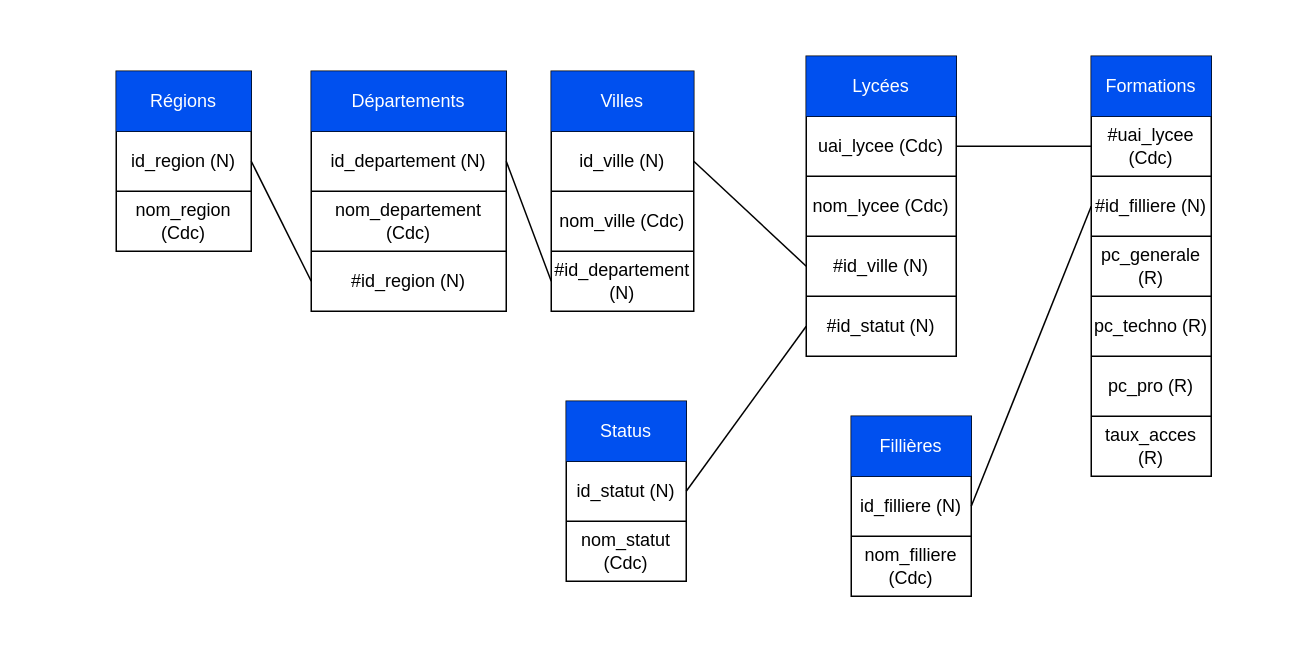
This is base.drawio from elouan660/prepa-CLI, a draw.io file, before an edit. Source tidied: cells renumbered, new cells numbered last; positions are measured from the earlier drawing's top-left corner, leaving out a move shared by most shapes. Both pictures are drawn from the tidied source at 150%, with x=0, y=0 at pixel (116, 56).
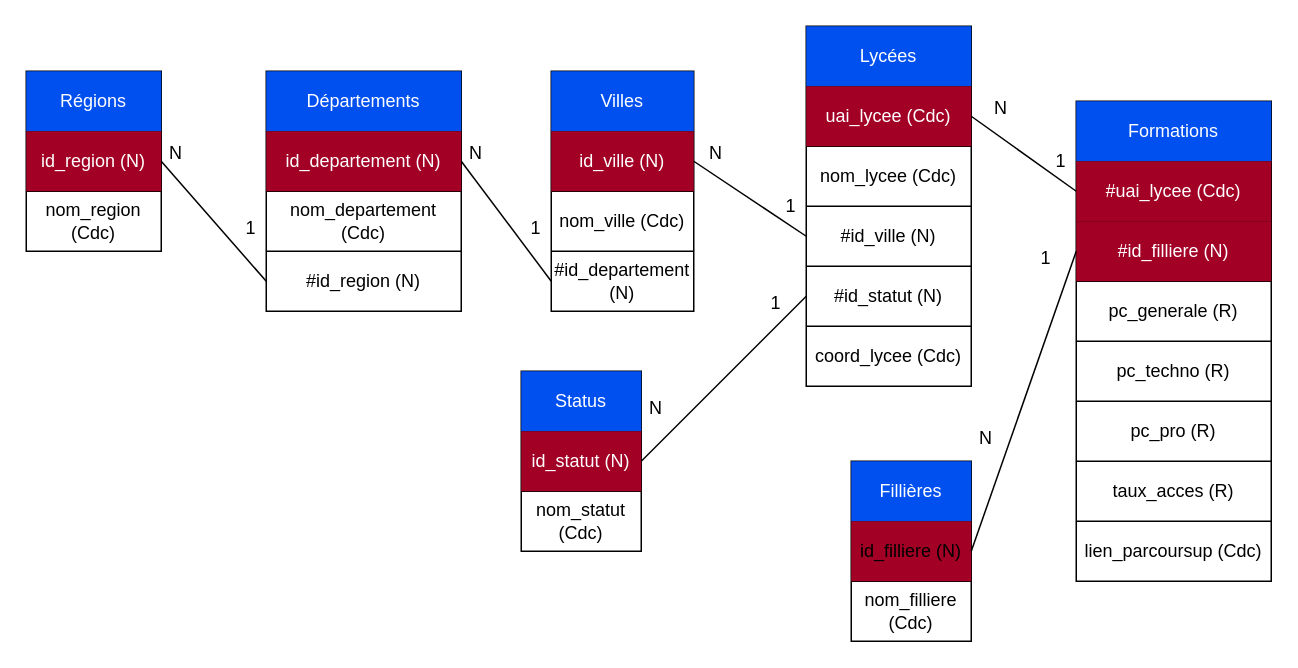
After the change.

The change refers to these unchanged cells:
```xml
<mxCell id="5" style="shape=tableRow;horizontal=0;startSize=0;swimlaneHead=0;swimlaneBody=0;top=0;left=0;bottom=0;right=0;fillColor=none;points=[[0,0.5],[1,0.5]];portConstraint=eastwest;" parent="2" vertex="1">
  <mxGeometry y="40" width="90" height="40" as="geometry" />
</mxCell>
<mxCell id="12" style="shape=tableRow;horizontal=0;startSize=0;swimlaneHead=0;swimlaneBody=0;top=0;left=0;bottom=0;right=0;fillColor=none;points=[[0,0.5],[1,0.5]];portConstraint=eastwest;" parent="9" vertex="1">
  <mxGeometry y="40" width="130" height="40" as="geometry" />
</mxCell>
<mxCell id="21" style="shape=tableRow;horizontal=0;startSize=0;swimlaneHead=0;swimlaneBody=0;top=0;left=0;bottom=0;right=0;fillColor=none;points=[[0,0.5],[1,0.5]];portConstraint=eastwest;" parent="18" vertex="1">
  <mxGeometry y="40" width="95" height="40" as="geometry" />
</mxCell>
<mxCell id="63" style="shape=tableRow;horizontal=0;startSize=0;swimlaneHead=0;swimlaneBody=0;top=0;left=0;bottom=0;right=0;fillColor=none;points=[[0,0.5],[1,0.5]];portConstraint=eastwest;" parent="60" vertex="1">
  <mxGeometry y="40" width="80" height="40" as="geometry" />
</mxCell>
```

Diff of the diagram source:
```diff
@@
     <mxCell id="2" style="shape=table;startSize=0;childLayout=tableLayout;" parent="1" vertex="1">
-      <mxGeometry y="10" width="90" height="120" as="geometry" />
+      <mxGeometry x="-60" y="10" width="90" height="120" as="geometry" />
     </mxCell>
@@
-    <mxCell id="6" value="id_region (N)" style="shape=partialRectangle;html=1;whiteSpace=wrap;overflow=hidden;fillColor=none;top=0;left=0;bottom=0;right=0;" parent="5" vertex="1">
+    <mxCell id="6" value="id_region (N)" style="shape=partialRectangle;html=1;whiteSpace=wrap;overflow=hidden;fillColor=#a20025;top=0;left=0;bottom=0;right=0;fontColor=#ffffff;strokeColor=#6F0000;" parent="5" vertex="1">
       <mxGeometry width="90" height="40" as="geometry" />
     </mxCell>
@@
     <mxCell id="9" style="shape=table;startSize=0;childLayout=tableLayout;" parent="1" vertex="1">
-      <mxGeometry x="130" y="10" width="130" height="160" as="geometry" />
+      <mxGeometry x="100" y="10" width="130" height="160" as="geometry" />
     </mxCell>
@@
-    <mxCell id="13" value="id_departement (N)" style="shape=partialRectangle;html=1;whiteSpace=wrap;overflow=hidden;fillColor=none;top=0;left=0;bottom=0;right=0;" parent="12" vertex="1">
+    <mxCell id="13" value="id_departement (N)" style="shape=partialRectangle;html=1;whiteSpace=wrap;overflow=hidden;fillColor=#a20025;top=0;left=0;bottom=0;right=0;fontColor=#ffffff;strokeColor=#6F0000;" parent="12" vertex="1">
       <mxGeometry width="130" height="40" as="geometry" />
     </mxCell>
@@
-    <mxCell id="22" value="id_ville (N)" style="shape=partialRectangle;html=1;whiteSpace=wrap;overflow=hidden;fillColor=none;top=0;left=0;bottom=0;right=0;" parent="21" vertex="1">
+    <mxCell id="22" value="id_ville (N)" style="shape=partialRectangle;html=1;whiteSpace=wrap;overflow=hidden;fillColor=#a20025;top=0;left=0;bottom=0;right=0;fontColor=#ffffff;strokeColor=#6F0000;" parent="21" vertex="1">
       <mxGeometry width="95" height="40" as="geometry" />
     </mxCell>
@@
     <mxCell id="27" style="shape=table;startSize=0;childLayout=tableLayout;" parent="1" vertex="1">
-      <mxGeometry x="460" width="100" height="200" as="geometry" />
+      <mxGeometry x="460" y="-20" width="110" height="240" as="geometry" />
     </mxCell>
     <mxCell id="28" style="shape=tableRow;horizontal=0;startSize=0;swimlaneHead=0;swimlaneBody=0;top=0;left=0;bottom=0;right=0;fillColor=none;" parent="27" vertex="1">
-      <mxGeometry width="100" height="40" as="geometry" />
+      <mxGeometry width="110" height="40" as="geometry" />
     </mxCell>
     <mxCell id="29" value="Lycées" style="shape=partialRectangle;html=1;whiteSpace=wrap;overflow=hidden;fillColor=#0050ef;top=0;left=0;bottom=0;right=0;fontColor=#ffffff;strokeColor=#001DBC;" parent="28" vertex="1">
-      <mxGeometry width="100" height="40" as="geometry" />
+      <mxGeometry width="110" height="40" as="geometry" />
     </mxCell>
     <mxCell id="30" style="shape=tableRow;horizontal=0;startSize=0;swimlaneHead=0;swimlaneBody=0;top=0;left=0;bottom=0;right=0;fillColor=none;points=[[0,0.5],[1,0.5]];portConstraint=eastwest;" parent="27" vertex="1">
-      <mxGeometry y="40" width="100" height="40" as="geometry" />
+      <mxGeometry y="40" width="110" height="40" as="geometry" />
     </mxCell>
-    <mxCell id="31" value="uai_lycee (Cdc)" style="shape=partialRectangle;html=1;whiteSpace=wrap;overflow=hidden;fillColor=none;top=0;left=0;bottom=0;right=0;" parent="30" vertex="1">
-      <mxGeometry width="100" height="40" as="geometry" />
+    <mxCell id="31" value="uai_lycee (Cdc)" style="shape=partialRectangle;html=1;whiteSpace=wrap;overflow=hidden;fillColor=#a20025;top=0;left=0;bottom=0;right=0;fontColor=#ffffff;strokeColor=#6F0000;" parent="30" vertex="1">
+      <mxGeometry width="110" height="40" as="geometry" />
     </mxCell>
     <mxCell id="32" style="shape=tableRow;horizontal=0;startSize=0;swimlaneHead=0;swimlaneBody=0;top=0;left=0;bottom=0;right=0;fillColor=none;" parent="27" vertex="1">
-      <mxGeometry y="80" width="100" height="40" as="geometry" />
+      <mxGeometry y="80" width="110" height="40" as="geometry" />
     </mxCell>
     <mxCell id="33" value="nom_lycee (Cdc)" style="shape=partialRectangle;html=1;whiteSpace=wrap;overflow=hidden;fillColor=none;top=0;left=0;bottom=0;right=0;" parent="32" vertex="1">
-      <mxGeometry width="100" height="40" as="geometry" />
+      <mxGeometry width="110" height="40" as="geometry" />
     </mxCell>
     <mxCell id="34" style="shape=tableRow;horizontal=0;startSize=0;swimlaneHead=0;swimlaneBody=0;top=0;left=0;bottom=0;right=0;fillColor=none;points=[[0,0.5],[1,0.5]];portConstraint=eastwest;" parent="27" vertex="1">
-      <mxGeometry y="120" width="100" height="40" as="geometry" />
+      <mxGeometry y="120" width="110" height="40" as="geometry" />
     </mxCell>
     <mxCell id="35" value="#id_ville (N)" style="shape=partialRectangle;html=1;whiteSpace=wrap;overflow=hidden;fillColor=none;top=0;left=0;bottom=0;right=0;" parent="34" vertex="1">
-      <mxGeometry width="100" height="40" as="geometry" />
+      <mxGeometry width="110" height="40" as="geometry" />
     </mxCell>
     <mxCell id="36" style="shape=tableRow;horizontal=0;startSize=0;swimlaneHead=0;swimlaneBody=0;top=0;left=0;bottom=0;right=0;fillColor=none;points=[[0,0.5],[1,0.5]];portConstraint=eastwest;" parent="27" vertex="1">
-      <mxGeometry y="160" width="100" height="40" as="geometry" />
+      <mxGeometry y="160" width="110" height="40" as="geometry" />
     </mxCell>
     <mxCell id="37" value="#id_statut (N)" style="shape=partialRectangle;html=1;whiteSpace=wrap;overflow=hidden;fillColor=none;top=0;left=0;bottom=0;right=0;" parent="36" vertex="1">
-      <mxGeometry width="100" height="40" as="geometry" />
+      <mxGeometry width="110" height="40" as="geometry" />
     </mxCell>
+    <mxCell id="73" style="shape=tableRow;horizontal=0;startSize=0;swimlaneHead=0;swimlaneBody=0;top=0;left=0;bottom=0;right=0;fillColor=none;" parent="27" vertex="1">
+      <mxGeometry y="200" width="110" height="40" as="geometry" />
+    </mxCell>
+    <mxCell id="74" value="coord_lycee (Cdc)" style="shape=partialRectangle;html=1;whiteSpace=wrap;overflow=hidden;fillColor=none;top=0;left=0;bottom=0;right=0;" parent="73" vertex="1">
+      <mxGeometry width="110" height="40" as="geometry" />
+    </mxCell>
     <mxCell id="38" style="shape=table;startSize=0;childLayout=tableLayout;" parent="1" vertex="1">
-      <mxGeometry x="650" width="80" height="280" as="geometry" />
+      <mxGeometry x="640" y="30" width="130" height="320" as="geometry" />
     </mxCell>
     <mxCell id="39" style="shape=tableRow;horizontal=0;startSize=0;swimlaneHead=0;swimlaneBody=0;top=0;left=0;bottom=0;right=0;fillColor=none;" parent="38" vertex="1">
-      <mxGeometry width="80" height="40" as="geometry" />
+      <mxGeometry width="130" height="40" as="geometry" />
     </mxCell>
     <mxCell id="40" value="Formations" style="shape=partialRectangle;html=1;whiteSpace=wrap;overflow=hidden;fillColor=#0050ef;top=0;left=0;bottom=0;right=0;fontColor=#ffffff;strokeColor=#001DBC;" parent="39" vertex="1">
-      <mxGeometry width="80" height="40" as="geometry" />
+      <mxGeometry width="130" height="40" as="geometry" />
     </mxCell>
     <mxCell id="41" style="shape=tableRow;horizontal=0;startSize=0;swimlaneHead=0;swimlaneBody=0;top=0;left=0;bottom=0;right=0;fillColor=none;points=[[0,0.5],[1,0.5]];portConstraint=eastwest;" parent="38" vertex="1">
-      <mxGeometry y="40" width="80" height="40" as="geometry" />
+      <mxGeometry y="40" width="130" height="40" as="geometry" />
     </mxCell>
-    <mxCell id="42" value="#uai_lycee (Cdc)" style="shape=partialRectangle;html=1;whiteSpace=wrap;overflow=hidden;fillColor=none;top=0;left=0;bottom=0;right=0;" parent="41" vertex="1">
-      <mxGeometry width="80" height="40" as="geometry" />
+    <mxCell id="42" value="#uai_lycee (Cdc)" style="shape=partialRectangle;html=1;whiteSpace=wrap;overflow=hidden;fillColor=#a20025;top=0;left=0;bottom=0;right=0;fontColor=#ffffff;strokeColor=#6F0000;" parent="41" vertex="1">
+      <mxGeometry width="130" height="40" as="geometry" />
     </mxCell>
     <mxCell id="43" style="shape=tableRow;horizontal=0;startSize=0;swimlaneHead=0;swimlaneBody=0;top=0;left=0;bottom=0;right=0;fillColor=none;points=[[0,0.5],[1,0.5]];portConstraint=eastwest;" parent="38" vertex="1">
-      <mxGeometry y="80" width="80" height="40" as="geometry" />
+      <mxGeometry y="80" width="130" height="40" as="geometry" />
     </mxCell>
-    <mxCell id="44" value="#id_filliere (N)" style="shape=partialRectangle;html=1;whiteSpace=wrap;overflow=hidden;fillColor=none;top=0;left=0;bottom=0;right=0;" parent="43" vertex="1">
-      <mxGeometry width="80" height="40" as="geometry" />
+    <mxCell id="44" value="#id_filliere (N)" style="shape=partialRectangle;html=1;whiteSpace=wrap;overflow=hidden;fillColor=#a20025;top=0;left=0;bottom=0;right=0;fontColor=#ffffff;strokeColor=#6F0000;" parent="43" vertex="1">
+      <mxGeometry width="130" height="40" as="geometry" />
     </mxCell>
     <mxCell id="45" style="shape=tableRow;horizontal=0;startSize=0;swimlaneHead=0;swimlaneBody=0;top=0;left=0;bottom=0;right=0;fillColor=none;" parent="38" vertex="1">
-      <mxGeometry y="120" width="80" height="40" as="geometry" />
+      <mxGeometry y="120" width="130" height="40" as="geometry" />
     </mxCell>
     <mxCell id="46" value="pc_generale (R)" style="shape=partialRectangle;html=1;whiteSpace=wrap;overflow=hidden;fillColor=none;top=0;left=0;bottom=0;right=0;" parent="45" vertex="1">
-      <mxGeometry width="80" height="40" as="geometry" />
+      <mxGeometry width="130" height="40" as="geometry" />
     </mxCell>
     <mxCell id="47" style="shape=tableRow;horizontal=0;startSize=0;swimlaneHead=0;swimlaneBody=0;top=0;left=0;bottom=0;right=0;fillColor=none;" parent="38" vertex="1">
-      <mxGeometry y="160" width="80" height="40" as="geometry" />
+      <mxGeometry y="160" width="130" height="40" as="geometry" />
     </mxCell>
     <mxCell id="48" value="pc_techno (R)" style="shape=partialRectangle;html=1;whiteSpace=wrap;overflow=hidden;fillColor=none;top=0;left=0;bottom=0;right=0;" parent="47" vertex="1">
-      <mxGeometry width="80" height="40" as="geometry" />
+      <mxGeometry width="130" height="40" as="geometry" />
     </mxCell>
     <mxCell id="49" style="shape=tableRow;horizontal=0;startSize=0;swimlaneHead=0;swimlaneBody=0;top=0;left=0;bottom=0;right=0;fillColor=none;" parent="38" vertex="1">
-      <mxGeometry y="200" width="80" height="40" as="geometry" />
+      <mxGeometry y="200" width="130" height="40" as="geometry" />
     </mxCell>
     <mxCell id="50" value="pc_pro (R)" style="shape=partialRectangle;html=1;whiteSpace=wrap;overflow=hidden;fillColor=none;top=0;left=0;bottom=0;right=0;" parent="49" vertex="1">
-      <mxGeometry width="80" height="40" as="geometry" />
+      <mxGeometry width="130" height="40" as="geometry" />
     </mxCell>
     <mxCell id="51" style="shape=tableRow;horizontal=0;startSize=0;swimlaneHead=0;swimlaneBody=0;top=0;left=0;bottom=0;right=0;fillColor=none;" parent="38" vertex="1">
-      <mxGeometry y="240" width="80" height="40" as="geometry" />
+      <mxGeometry y="240" width="130" height="40" as="geometry" />
     </mxCell>
     <mxCell id="52" value="taux_acces (R)" style="shape=partialRectangle;html=1;whiteSpace=wrap;overflow=hidden;fillColor=none;top=0;left=0;bottom=0;right=0;" parent="51" vertex="1">
-      <mxGeometry width="80" height="40" as="geometry" />
+      <mxGeometry width="130" height="40" as="geometry" />
     </mxCell>
+    <mxCell id="75" style="shape=tableRow;horizontal=0;startSize=0;swimlaneHead=0;swimlaneBody=0;top=0;left=0;bottom=0;right=0;fillColor=none;" parent="38" vertex="1">
+      <mxGeometry y="280" width="130" height="40" as="geometry" />
+    </mxCell>
+    <mxCell id="76" value="lien_parcoursup (Cdc)" style="shape=partialRectangle;html=1;whiteSpace=wrap;overflow=hidden;fillColor=none;top=0;left=0;bottom=0;right=0;" parent="75" vertex="1">
+      <mxGeometry width="130" height="40" as="geometry" />
+    </mxCell>
     <mxCell id="53" style="shape=table;startSize=0;childLayout=tableLayout;" parent="1" vertex="1">
-      <mxGeometry x="490" y="240" width="80" height="120" as="geometry" />
+      <mxGeometry x="490" y="270" width="80" height="120" as="geometry" />
     </mxCell>
@@
-    <mxCell id="56" style="shape=tableRow;horizontal=0;startSize=0;swimlaneHead=0;swimlaneBody=0;top=0;left=0;bottom=0;right=0;fillColor=none;points=[[0,0.5],[1,0.5]];portConstraint=eastwest;" parent="53" vertex="1">
+    <mxCell id="56" style="shape=tableRow;horizontal=0;startSize=0;swimlaneHead=0;swimlaneBody=0;top=0;left=0;bottom=0;right=0;fillColor=#a20025;points=[[0,0.5],[1,0.5]];portConstraint=eastwest;fontColor=#ffffff;strokeColor=#6F0000;" parent="53" vertex="1">
       <mxGeometry y="40" width="80" height="40" as="geometry" />
     </mxCell>
@@
     <mxCell id="60" style="shape=table;startSize=0;childLayout=tableLayout;" parent="1" vertex="1">
-      <mxGeometry x="300" y="230" width="80" height="120" as="geometry" />
+      <mxGeometry x="270" y="210" width="80" height="120" as="geometry" />
     </mxCell>
@@
-    <mxCell id="64" value="id_statut (N)" style="shape=partialRectangle;html=1;whiteSpace=wrap;overflow=hidden;fillColor=none;top=0;left=0;bottom=0;right=0;" parent="63" vertex="1">
+    <mxCell id="64" value="id_statut (N)" style="shape=partialRectangle;html=1;whiteSpace=wrap;overflow=hidden;fillColor=#a20025;top=0;left=0;bottom=0;right=0;fontColor=#ffffff;strokeColor=#6F0000;" parent="63" vertex="1">
       <mxGeometry width="80" height="40" as="geometry" />
     </mxCell>
@@
+    <mxCell id="77" value="N" style="text;html=1;strokeColor=none;fillColor=none;align=center;verticalAlign=middle;whiteSpace=wrap;rounded=0;" parent="1" vertex="1">
+      <mxGeometry x="10" y="50" width="60" height="30" as="geometry" />
+    </mxCell>
+    <mxCell id="78" value="1" style="text;html=1;strokeColor=none;fillColor=none;align=center;verticalAlign=middle;whiteSpace=wrap;rounded=0;" parent="1" vertex="1">
+      <mxGeometry x="60" y="100" width="60" height="30" as="geometry" />
+    </mxCell>
+    <mxCell id="79" value="N" style="text;html=1;strokeColor=none;fillColor=none;align=center;verticalAlign=middle;whiteSpace=wrap;rounded=0;" parent="1" vertex="1">
+      <mxGeometry x="210" y="50" width="60" height="30" as="geometry" />
+    </mxCell>
+    <mxCell id="80" value="1" style="text;html=1;strokeColor=none;fillColor=none;align=center;verticalAlign=middle;whiteSpace=wrap;rounded=0;" parent="1" vertex="1">
+      <mxGeometry x="250" y="100" width="60" height="30" as="geometry" />
+    </mxCell>
+    <mxCell id="81" value="N" style="text;html=1;strokeColor=none;fillColor=none;align=center;verticalAlign=middle;whiteSpace=wrap;rounded=0;" parent="1" vertex="1">
+      <mxGeometry x="370" y="50" width="60" height="30" as="geometry" />
+    </mxCell>
+    <mxCell id="82" value="1" style="text;html=1;strokeColor=none;fillColor=none;align=center;verticalAlign=middle;whiteSpace=wrap;rounded=0;" parent="1" vertex="1">
+      <mxGeometry x="420" y="85" width="60" height="30" as="geometry" />
+    </mxCell>
+    <mxCell id="83" value="N" style="text;html=1;strokeColor=none;fillColor=none;align=center;verticalAlign=middle;whiteSpace=wrap;rounded=0;" parent="1" vertex="1">
+      <mxGeometry x="330" y="220" width="60" height="30" as="geometry" />
+    </mxCell>
+    <mxCell id="84" value="1" style="text;html=1;strokeColor=none;fillColor=none;align=center;verticalAlign=middle;whiteSpace=wrap;rounded=0;" parent="1" vertex="1">
+      <mxGeometry x="410" y="150" width="60" height="30" as="geometry" />
+    </mxCell>
+    <mxCell id="85" value="N" style="text;html=1;strokeColor=none;fillColor=none;align=center;verticalAlign=middle;whiteSpace=wrap;rounded=0;" parent="1" vertex="1">
+      <mxGeometry x="550" y="240" width="60" height="30" as="geometry" />
+    </mxCell>
+    <mxCell id="86" value="1" style="text;html=1;strokeColor=none;fillColor=none;align=center;verticalAlign=middle;whiteSpace=wrap;rounded=0;" parent="1" vertex="1">
+      <mxGeometry x="590" y="120" width="60" height="30" as="geometry" />
+    </mxCell>
+    <mxCell id="87" value="N" style="text;html=1;strokeColor=none;fillColor=none;align=center;verticalAlign=middle;whiteSpace=wrap;rounded=0;" parent="1" vertex="1">
+      <mxGeometry x="560" y="20" width="60" height="30" as="geometry" />
+    </mxCell>
+    <mxCell id="88" value="1" style="text;html=1;strokeColor=none;fillColor=none;align=center;verticalAlign=middle;whiteSpace=wrap;rounded=0;" parent="1" vertex="1">
+      <mxGeometry x="600" y="55" width="60" height="30" as="geometry" />
+    </mxCell>
```
